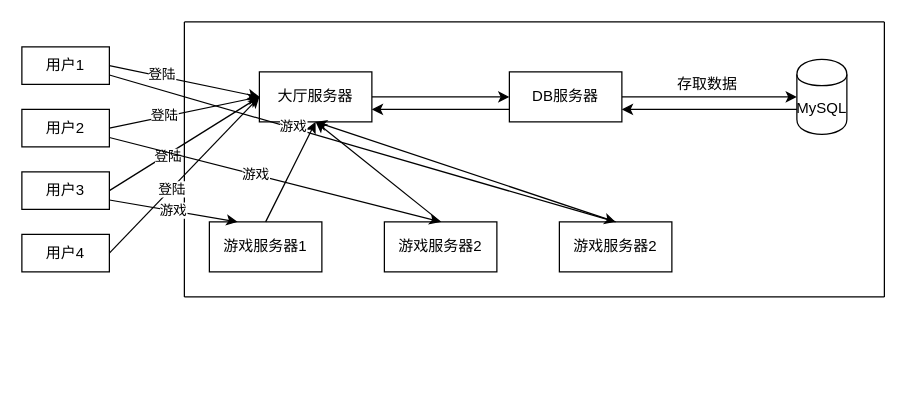
swduan/88888888 keeps this draw.io diagram as temp.drawio. Above is the earlier version. Source tidied: cells renumbered, new cells numbered last; positions are measured from the earlier drawing's top-left corner, leaving out a move shared by most shapes. Both pictures are drawn from the tidied source at 125%, with x=0, y=0 at pixel (21, 21).
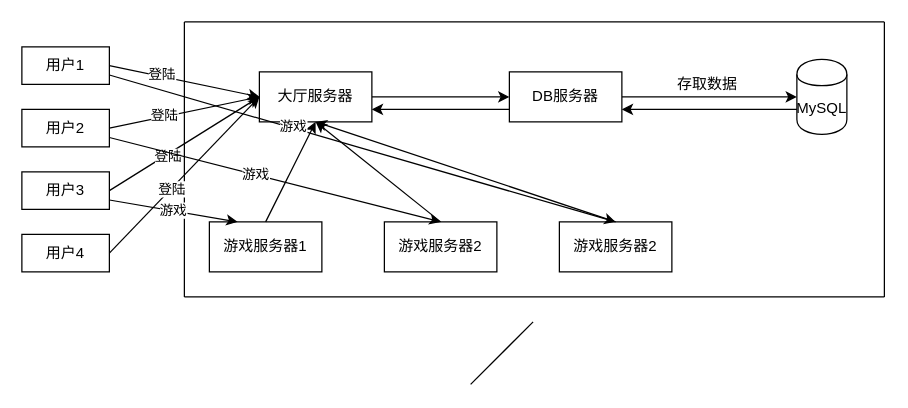
After the change.

Diff of the diagram source:
```diff
@@
+    <mxCell id="37" style="endArrow=none;html=1;rounded=0;" parent="1" edge="1">
+      <mxGeometry relative="1" as="geometry">
+        <mxPoint x="359" y="290" as="sourcePoint" />
+        <mxPoint x="409" y="240" as="targetPoint" />
+      </mxGeometry>
+    </mxCell>
```
